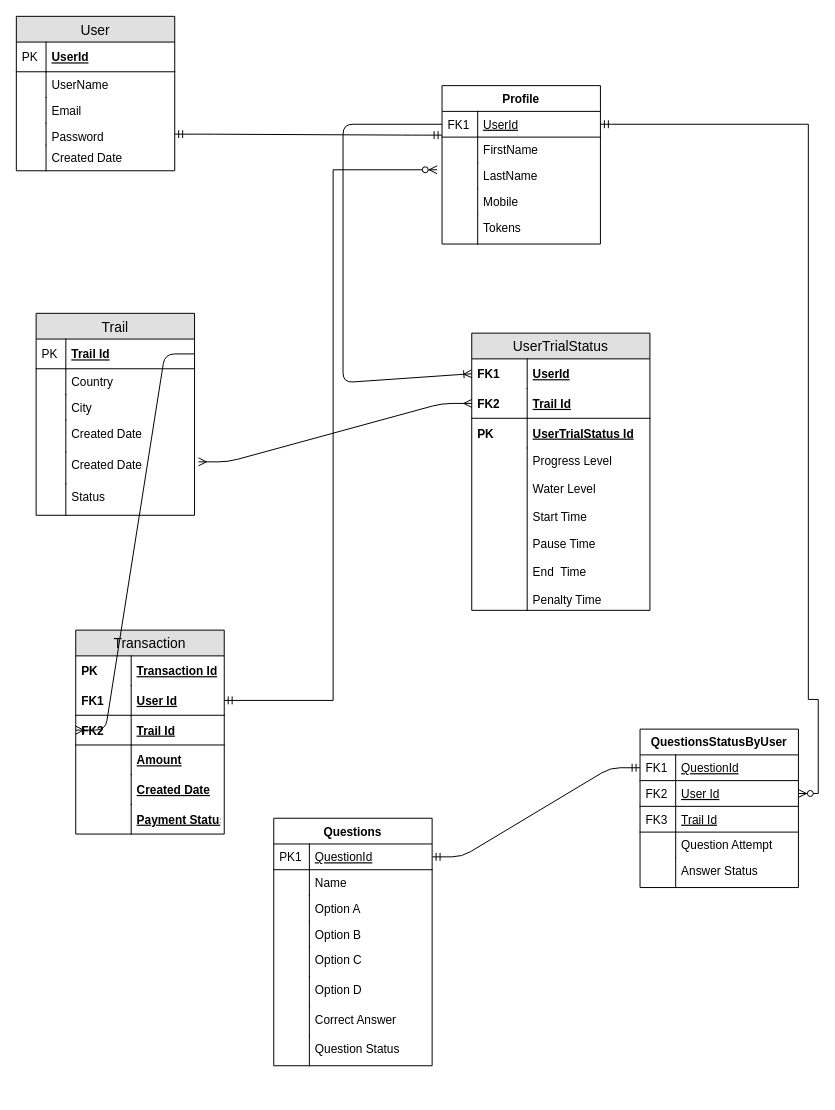
prabhupadhayay/heroku keeps this draw.io diagram as page "Page-1" (1 of 2) of Untitled Diagram.drawio. Above is the earlier version. Source tidied: cells renumbered, new cells numbered last; positions are measured from the earlier drawing's top-left corner, leaving out a move shared by most shapes. Both pictures are drawn from the tidied source at 99%, with x=0, y=0 at pixel (16, 16).
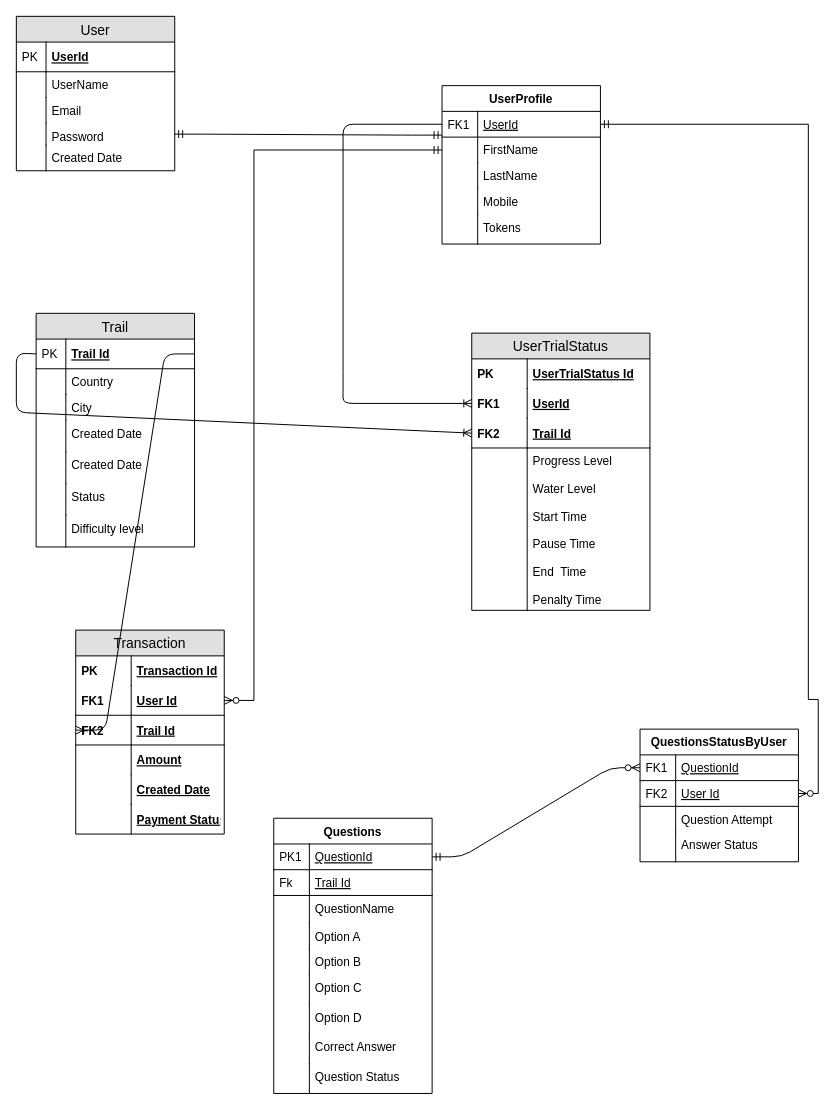
The same page after the edit.

The change refers to these unchanged cells:
```xml
<mxCell id="3" value="UserId" style="shape=partialRectangle;top=0;left=0;right=0;bottom=1;align=left;verticalAlign=top;fillColor=none;spacingLeft=40;spacingRight=4;overflow=hidden;points=[[0,0.5],[1,0.5]];portConstraint=eastwest;rounded=0;shadow=0;strokeWidth=1;fontStyle=4;" parent="2" vertex="1">
  <mxGeometry y="26" width="160" height="26" as="geometry" />
</mxCell>
<mxCell id="5" value="FirstName" style="shape=partialRectangle;top=0;left=0;right=0;bottom=0;align=left;verticalAlign=top;fillColor=none;spacingLeft=40;spacingRight=4;overflow=hidden;points=[[0,0.5],[1,0.5]];portConstraint=eastwest;rounded=0;shadow=0;strokeWidth=1;" parent="2" vertex="1">
  <mxGeometry y="52" width="160" height="26" as="geometry" />
</mxCell>
<mxCell id="7" value="LastName" style="shape=partialRectangle;top=0;left=0;right=0;bottom=0;align=left;verticalAlign=top;fillColor=none;spacingLeft=40;spacingRight=4;overflow=hidden;points=[[0,0.5],[1,0.5]];portConstraint=eastwest;rounded=0;shadow=0;strokeWidth=1;" parent="2" vertex="1">
  <mxGeometry y="78" width="160" height="26" as="geometry" />
</mxCell>
<mxCell id="25" value="UserTrialStatus" style="swimlane;fontStyle=0;horizontal=1;startSize=26;fillColor=#e0e0e0;swimlaneFillColor=#ffffff;align=center;fontSize=14;" parent="1" vertex="1">
  <mxGeometry x="460" y="320" width="180" height="280" as="geometry" />
</mxCell>
<mxCell id="35" value="Trail Id" style="shape=partialRectangle;top=0;left=0;right=0;bottom=1;align=left;verticalAlign=middle;fillColor=none;spacingLeft=34;spacingRight=4;overflow=hidden;points=[[0,0.5],[1,0.5]];portConstraint=eastwest;fontStyle=5;fontSize=12;" parent="34" vertex="1">
  <mxGeometry y="26" width="160" height="30" as="geometry" />
</mxCell>
<mxCell id="43" value="Created Date" style="shape=partialRectangle;top=0;left=0;right=0;bottom=0;align=left;verticalAlign=top;fillColor=none;spacingLeft=34;spacingRight=4;overflow=hidden;points=[[0,0.5],[1,0.5]];portConstraint=eastwest;fontSize=12;" parent="34" vertex="1">
  <mxGeometry y="140" width="160" height="32" as="geometry" />
</mxCell>
<mxCell id="52" value="User Id" style="shape=partialRectangle;top=0;left=0;right=0;bottom=1;align=left;verticalAlign=middle;fillColor=none;spacingLeft=60;spacingRight=4;overflow=hidden;points=[[0,0.5],[1,0.5]];portConstraint=eastwest;fontStyle=5;fontSize=12;" parent="49" vertex="1">
  <mxGeometry y="56" width="150" height="30" as="geometry" />
</mxCell>
<mxCell id="65" value="QuestionId" style="shape=partialRectangle;top=0;left=0;right=0;bottom=1;align=left;verticalAlign=top;fillColor=none;spacingLeft=40;spacingRight=4;overflow=hidden;points=[[0,0.5],[1,0.5]];portConstraint=eastwest;rounded=0;shadow=0;strokeWidth=1;fontStyle=4;" parent="64" vertex="1">
  <mxGeometry y="26" width="160" height="26" as="geometry" />
</mxCell>
<mxCell id="76" value="QuestionId" style="shape=partialRectangle;top=0;left=0;right=0;bottom=1;align=left;verticalAlign=top;fillColor=none;spacingLeft=40;spacingRight=4;overflow=hidden;points=[[0,0.5],[1,0.5]];portConstraint=eastwest;rounded=0;shadow=0;strokeWidth=1;fontStyle=4;" parent="75" vertex="1">
  <mxGeometry y="26" width="160" height="26" as="geometry" />
</mxCell>
```

Diff of the diagram source:
```diff
@@
-    <mxCell id="2" value="Profile" style="swimlane;fontStyle=1;horizontal=1;startSize=26;rounded=0;shadow=0;strokeWidth=1;" parent="1" vertex="1">
+    <mxCell id="2" value="UserProfile" style="swimlane;fontStyle=1;horizontal=1;startSize=26;rounded=0;shadow=0;strokeWidth=1;" parent="1" vertex="1">
       <mxGeometry x="430" y="70" width="160" height="160" as="geometry" />
     </mxCell>
@@
+    <mxCell id="30" value="UserTrialStatus Id" style="shape=partialRectangle;top=0;left=0;right=0;bottom=0;align=left;verticalAlign=middle;fillColor=none;spacingLeft=60;spacingRight=4;overflow=hidden;fontStyle=5;fontSize=12;" parent="25" vertex="1">
+      <mxGeometry y="26" width="180" height="30" as="geometry" />
+    </mxCell>
+    <mxCell id="31" value="PK" style="shape=partialRectangle;fontStyle=1;top=0;left=0;bottom=0;fillColor=none;align=left;verticalAlign=middle;spacingLeft=4;spacingRight=4;overflow=hidden;fontSize=12;" parent="30" vertex="1">
+      <mxGeometry width="56" height="30" as="geometry" />
+    </mxCell>
     <mxCell id="26" value="UserId" style="shape=partialRectangle;top=0;left=0;right=0;bottom=0;align=left;verticalAlign=middle;fillColor=none;spacingLeft=60;spacingRight=4;overflow=hidden;points=[[0,0.5],[1,0.5]];portConstraint=eastwest;fontStyle=5;fontSize=12;" parent="25" vertex="1">
-      <mxGeometry y="26" width="180" height="30" as="geometry" />
+      <mxGeometry y="56" width="180" height="30" as="geometry" />
     </mxCell>
@@
     <mxCell id="28" value="Trail Id" style="shape=partialRectangle;top=0;left=0;right=0;bottom=1;align=left;verticalAlign=middle;fillColor=none;spacingLeft=60;spacingRight=4;overflow=hidden;points=[[0,0.5],[1,0.5]];portConstraint=eastwest;fontStyle=5;fontSize=12;" parent="25" vertex="1">
-      <mxGeometry y="56" width="180" height="30" as="geometry" />
+      <mxGeometry y="86" width="180" height="30" as="geometry" />
     </mxCell>
@@
-    <mxCell id="30" value="UserTrialStatus Id" style="shape=partialRectangle;top=0;left=0;right=0;bottom=0;align=left;verticalAlign=middle;fillColor=none;spacingLeft=60;spacingRight=4;overflow=hidden;fontStyle=5;fontSize=12;" parent="25" vertex="1">
-      <mxGeometry y="86" width="180" height="30" as="geometry" />
-    </mxCell>
-    <mxCell id="31" value="PK" style="shape=partialRectangle;fontStyle=1;top=0;left=0;bottom=0;fillColor=none;align=left;verticalAlign=middle;spacingLeft=4;spacingRight=4;overflow=hidden;fontSize=12;" parent="30" vertex="1">
-      <mxGeometry width="56" height="30" as="geometry" />
-    </mxCell>
@@
     <mxCell id="34" value="Trail" style="swimlane;fontStyle=0;horizontal=1;startSize=26;fillColor=#e0e0e0;swimlaneFillColor=#ffffff;align=center;fontSize=14;" parent="1" vertex="1">
-      <mxGeometry x="20" y="300" width="160" height="204" as="geometry" />
+      <mxGeometry x="20" y="300" width="160" height="236" as="geometry" />
     </mxCell>
@@
+    <mxCell id="94" value="Difficulty level&#10;" style="shape=partialRectangle;top=0;left=0;right=0;bottom=0;align=left;verticalAlign=top;fillColor=none;spacingLeft=34;spacingRight=4;overflow=hidden;fontSize=12;" parent="34" vertex="1">
+      <mxGeometry y="204" width="160" height="32" as="geometry" />
+    </mxCell>
+    <mxCell id="95" style="shape=partialRectangle;top=0;left=0;bottom=0;fillColor=none;align=left;verticalAlign=top;spacingLeft=4;spacingRight=4;overflow=hidden;fontSize=12;" parent="94" vertex="1">
+      <mxGeometry width="30" height="32" as="geometry" />
+    </mxCell>
     <mxCell id="47" style="fontSize=12;html=1;endArrow=ERoneToMany;entryX=0;entryY=0.5;entryDx=0;entryDy=0;exitX=0;exitY=0.5;exitDx=0;exitDy=0;" parent="1" edge="1" source="3" target="26">
       <mxGeometry relative="1" as="geometry">
         <Array as="points">
           <mxPoint x="330" y="109" />
           <mxPoint x="330" y="370" />
+          <mxPoint x="330" y="391" />
         </Array>
       </mxGeometry>
     </mxCell>
-    <mxCell id="48" style="edgeStyle=entityRelationEdgeStyle;fontSize=12;html=1;endArrow=ERmany;startArrow=ERmany;exitX=1.025;exitY=0.313;exitDx=0;exitDy=0;exitPerimeter=0;entryX=0;entryY=0.5;entryDx=0;entryDy=0;" parent="1" edge="1" source="43" target="28">
-      <mxGeometry relative="1" as="geometry" />
-    </mxCell>
@@
-    <mxCell id="63" style="fontSize=12;html=1;endArrow=ERzeroToMany;startArrow=ERmandOne;entryX=-0.031;entryY=0.269;entryDx=0;entryDy=0;entryPerimeter=0;rounded=0;edgeStyle=orthogonalEdgeStyle;exitX=1;exitY=0.5;exitDx=0;exitDy=0;" parent="1" edge="1" source="52" target="7">
-      <mxGeometry relative="1" as="geometry" />
+    <mxCell id="63" style="fontSize=12;html=1;endArrow=ERzeroToMany;startArrow=ERmandOne;rounded=0;edgeStyle=orthogonalEdgeStyle;exitX=0;exitY=0.5;exitDx=0;exitDy=0;entryX=1;entryY=0.5;entryDx=0;entryDy=0;" parent="1" edge="1" source="5" target="52">
+      <mxGeometry relative="1" as="geometry">
+        <Array as="points">
+          <mxPoint x="240" y="135" />
+          <mxPoint x="240" y="691" />
+        </Array>
+      </mxGeometry>
     </mxCell>
     <mxCell id="64" value="QuestionsStatusByUser" style="swimlane;fontStyle=1;horizontal=1;startSize=26;rounded=0;shadow=0;strokeWidth=1;" parent="1" vertex="1">
-      <mxGeometry x="630" y="720" width="160" height="160" as="geometry" />
+      <mxGeometry x="630" y="720" width="160" height="134" as="geometry" />
     </mxCell>
@@
-    <mxCell id="69" value="Trail Id" style="shape=partialRectangle;top=0;left=0;right=0;bottom=1;align=left;verticalAlign=top;fillColor=none;spacingLeft=40;spacingRight=4;overflow=hidden;rounded=0;shadow=0;strokeWidth=1;fontStyle=4;" parent="64" vertex="1">
-      <mxGeometry y="78" width="160" height="26" as="geometry" />
-    </mxCell>
-    <mxCell id="70" value="FK3" style="shape=partialRectangle;top=0;left=0;bottom=0;fillColor=none;align=left;verticalAlign=top;spacingLeft=4;spacingRight=4;overflow=hidden;" parent="69" vertex="1">
-      <mxGeometry width="36" height="26" as="geometry" />
-    </mxCell>
     <mxCell id="71" value="Question Attempt" style="shape=partialRectangle;top=0;left=0;right=0;bottom=0;align=left;verticalAlign=top;fillColor=none;spacingLeft=40;spacingRight=4;overflow=hidden;rounded=0;shadow=0;strokeWidth=1;" parent="64" vertex="1">
-      <mxGeometry y="104" width="160" height="26" as="geometry" />
+      <mxGeometry y="78" width="160" height="26" as="geometry" />
     </mxCell>
@@
     <mxCell id="73" value="Answer Status" style="shape=partialRectangle;top=0;left=0;right=0;bottom=0;align=left;verticalAlign=top;fillColor=none;spacingLeft=40;spacingRight=4;overflow=hidden;rounded=0;shadow=0;strokeWidth=1;" parent="64" vertex="1">
-      <mxGeometry y="130" width="160" height="30" as="geometry" />
+      <mxGeometry y="104" width="160" height="30" as="geometry" />
     </mxCell>
@@
     <mxCell id="75" value="Questions" style="swimlane;fontStyle=1;horizontal=1;startSize=26;rounded=0;shadow=0;strokeWidth=1;" parent="1" vertex="1">
-      <mxGeometry x="260" y="810" width="160" height="250" as="geometry" />
+      <mxGeometry x="260" y="810" width="160" height="278" as="geometry" />
     </mxCell>
@@
+    <mxCell id="69" value="Trail Id" style="shape=partialRectangle;top=0;left=0;right=0;bottom=1;align=left;verticalAlign=top;fillColor=none;spacingLeft=40;spacingRight=4;overflow=hidden;rounded=0;shadow=0;strokeWidth=1;fontStyle=4;" parent="75" vertex="1">
+      <mxGeometry y="52" width="160" height="26" as="geometry" />
+    </mxCell>
+    <mxCell id="96" value="Fk" style="shape=partialRectangle;top=0;left=0;bottom=0;fillColor=none;align=left;verticalAlign=top;spacingLeft=4;spacingRight=4;overflow=hidden;" parent="69" vertex="1">
+      <mxGeometry width="36" height="26" as="geometry" />
+    </mxCell>
-    <mxCell id="78" value="Name" style="shape=partialRectangle;top=0;left=0;right=0;bottom=0;align=left;verticalAlign=top;fillColor=none;spacingLeft=40;spacingRight=4;overflow=hidden;rounded=0;shadow=0;strokeWidth=1;" parent="75" vertex="1">
-      <mxGeometry y="52" width="160" height="26" as="geometry" />
+    <mxCell id="78" value="QuestionName" style="shape=partialRectangle;top=0;left=0;right=0;bottom=0;align=left;verticalAlign=top;fillColor=none;spacingLeft=40;spacingRight=4;overflow=hidden;rounded=0;shadow=0;strokeWidth=1;" parent="75" vertex="1">
+      <mxGeometry y="78" width="160" height="28" as="geometry" />
     </mxCell>
     <mxCell id="79" style="shape=partialRectangle;top=0;left=0;bottom=0;fillColor=none;align=left;verticalAlign=top;spacingLeft=4;spacingRight=4;overflow=hidden;" parent="78" vertex="1">
-      <mxGeometry width="36" height="26" as="geometry" />
+      <mxGeometry width="36" height="28" as="geometry" />
     </mxCell>
     <mxCell id="80" value="Option A" style="shape=partialRectangle;top=0;left=0;right=0;bottom=0;align=left;verticalAlign=top;fillColor=none;spacingLeft=40;spacingRight=4;overflow=hidden;rounded=0;shadow=0;strokeWidth=1;" parent="75" vertex="1">
-      <mxGeometry y="78" width="160" height="26" as="geometry" />
+      <mxGeometry y="106" width="160" height="26" as="geometry" />
     </mxCell>
@@
     <mxCell id="82" value="Option B" style="shape=partialRectangle;top=0;left=0;right=0;bottom=0;align=left;verticalAlign=top;fillColor=none;spacingLeft=40;spacingRight=4;overflow=hidden;rounded=0;shadow=0;strokeWidth=1;" parent="75" vertex="1">
-      <mxGeometry y="104" width="160" height="26" as="geometry" />
+      <mxGeometry y="132" width="160" height="26" as="geometry" />
     </mxCell>
@@
     <mxCell id="84" value="Option C" style="shape=partialRectangle;top=0;left=0;right=0;bottom=0;align=left;verticalAlign=top;fillColor=none;spacingLeft=40;spacingRight=4;overflow=hidden;rounded=0;shadow=0;strokeWidth=1;" parent="75" vertex="1">
-      <mxGeometry y="130" width="160" height="30" as="geometry" />
+      <mxGeometry y="158" width="160" height="30" as="geometry" />
     </mxCell>
@@
     <mxCell id="86" value="Option D" style="shape=partialRectangle;top=0;left=0;right=0;bottom=0;align=left;verticalAlign=top;fillColor=none;spacingLeft=40;spacingRight=4;overflow=hidden;rounded=0;shadow=0;strokeWidth=1;" parent="75" vertex="1">
-      <mxGeometry y="160" width="160" height="30" as="geometry" />
+      <mxGeometry y="188" width="160" height="30" as="geometry" />
     </mxCell>
@@
     <mxCell id="88" value="Correct Answer" style="shape=partialRectangle;top=0;left=0;right=0;bottom=0;align=left;verticalAlign=top;fillColor=none;spacingLeft=40;spacingRight=4;overflow=hidden;rounded=0;shadow=0;strokeWidth=1;" parent="75" vertex="1">
-      <mxGeometry y="190" width="160" height="30" as="geometry" />
+      <mxGeometry y="218" width="160" height="30" as="geometry" />
     </mxCell>
@@
     <mxCell id="90" value="Question Status" style="shape=partialRectangle;top=0;left=0;right=0;bottom=0;align=left;verticalAlign=top;fillColor=none;spacingLeft=40;spacingRight=4;overflow=hidden;rounded=0;shadow=0;strokeWidth=1;" parent="75" vertex="1">
-      <mxGeometry y="220" width="160" height="30" as="geometry" />
+      <mxGeometry y="248" width="160" height="30" as="geometry" />
     </mxCell>
@@
+    <mxCell id="97" style="fontSize=12;html=1;endArrow=ERoneToMany;entryX=0;entryY=0.5;entryDx=0;entryDy=0;exitX=0;exitY=0.5;exitDx=0;exitDy=0;" parent="1" edge="1" source="35" target="28">
+      <mxGeometry relative="1" as="geometry">
+        <Array as="points">
+          <mxPoint y="340" />
+          <mxPoint y="400" />
+        </Array>
+      </mxGeometry>
+    </mxCell>
-    <mxCell id="93" style="edgeStyle=entityRelationEdgeStyle;fontSize=12;html=1;endArrow=ERmandOne;startArrow=ERmandOne;exitX=1;exitY=0.5;exitDx=0;exitDy=0;entryX=0;entryY=0.5;entryDx=0;entryDy=0;" parent="1" edge="1" source="76" target="65">
+    <mxCell id="93" style="edgeStyle=entityRelationEdgeStyle;fontSize=12;html=1;endArrow=ERzeroToMany;startArrow=ERmandOne;exitX=1;exitY=0.5;exitDx=0;exitDy=0;entryX=0;entryY=0.5;entryDx=0;entryDy=0;" parent="1" edge="1" source="76" target="65">
       <mxGeometry relative="1" as="geometry" />
     </mxCell>
```
